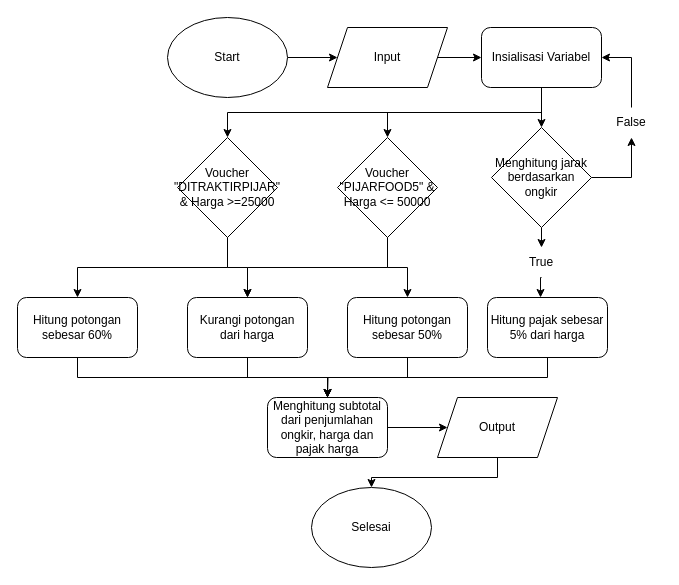
The draw.io diagram Flowchart2.drawio in MohamadFikryAzhar/Palindrome-and-ReversedString, before the edit. Source tidied: cells renumbered, new cells numbered last; positions are measured from the earlier drawing's top-left corner, leaving out a move shared by most shapes. Both pictures are drawn from the tidied source at 100%, with x=0, y=0 at pixel (17, 17).
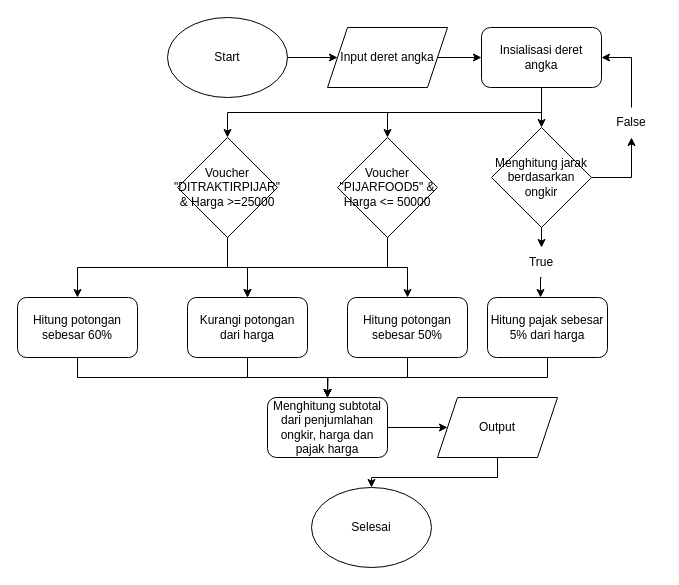
The same diagram, later.

Diff of the diagram source:
```diff
@@
-    <mxCell id="5" value="Input" style="shape=parallelogram;perimeter=parallelogramPerimeter;whiteSpace=wrap;html=1;fixedSize=1;" parent="1" vertex="1">
+    <mxCell id="5" value="Input deret angka" style="shape=parallelogram;perimeter=parallelogramPerimeter;whiteSpace=wrap;html=1;fixedSize=1;" parent="1" vertex="1">
       <mxGeometry x="310" y="10" width="120" height="60" as="geometry" />
     </mxCell>
@@
-    <mxCell id="9" value="Insialisasi Variabel" style="rounded=1;whiteSpace=wrap;html=1;" parent="1" vertex="1">
+    <mxCell id="9" value="Insialisasi deret angka" style="rounded=1;whiteSpace=wrap;html=1;" parent="1" vertex="1">
       <mxGeometry x="464" y="10" width="120" height="60" as="geometry" />
     </mxCell>
```
